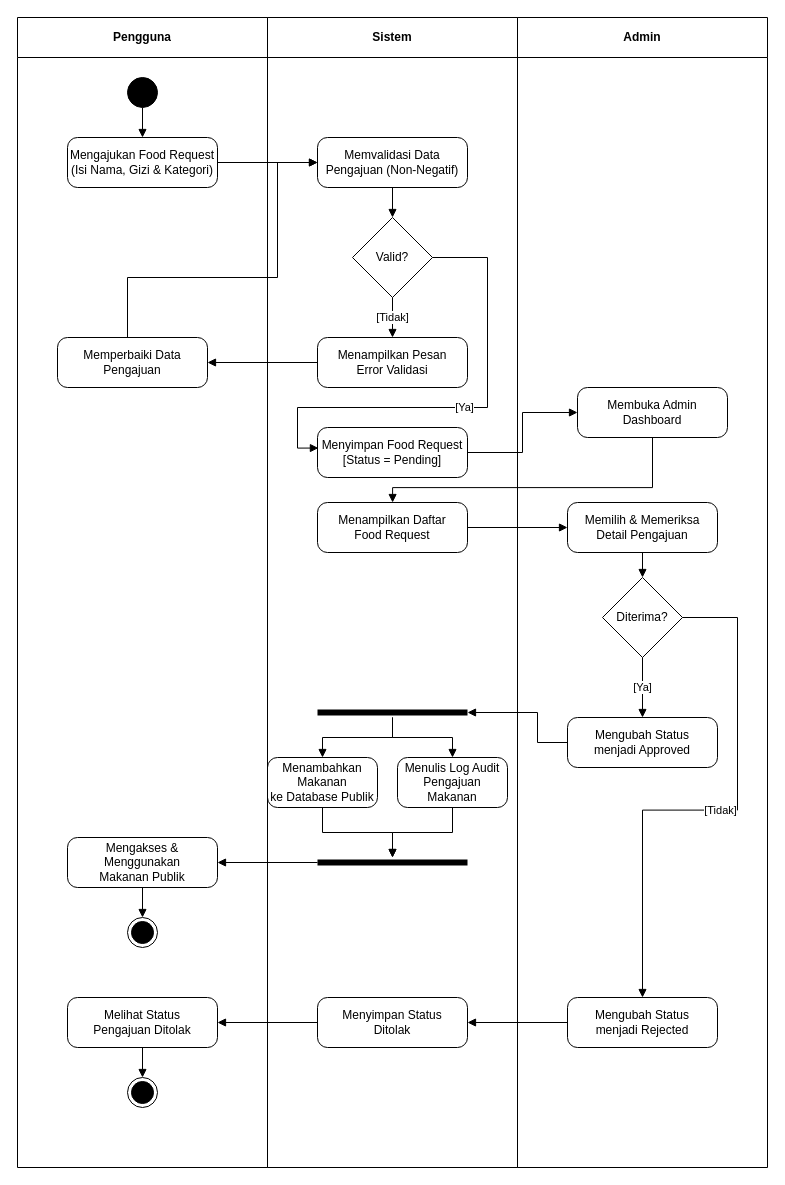
ananda6060galang-sys/calora keeps this draw.io diagram as page "Food Request & Admin Verification" (3 of 8) of Diagram/Calora_Activity_Diagrams.drawio. Above is the earlier version. Source tidied: cells renumbered, new cells numbered last; positions are measured from the earlier drawing's top-left corner, leaving out a move shared by most shapes. Both pictures are drawn from the tidied source at 100%, with x=0, y=0 at pixel (17, 17).
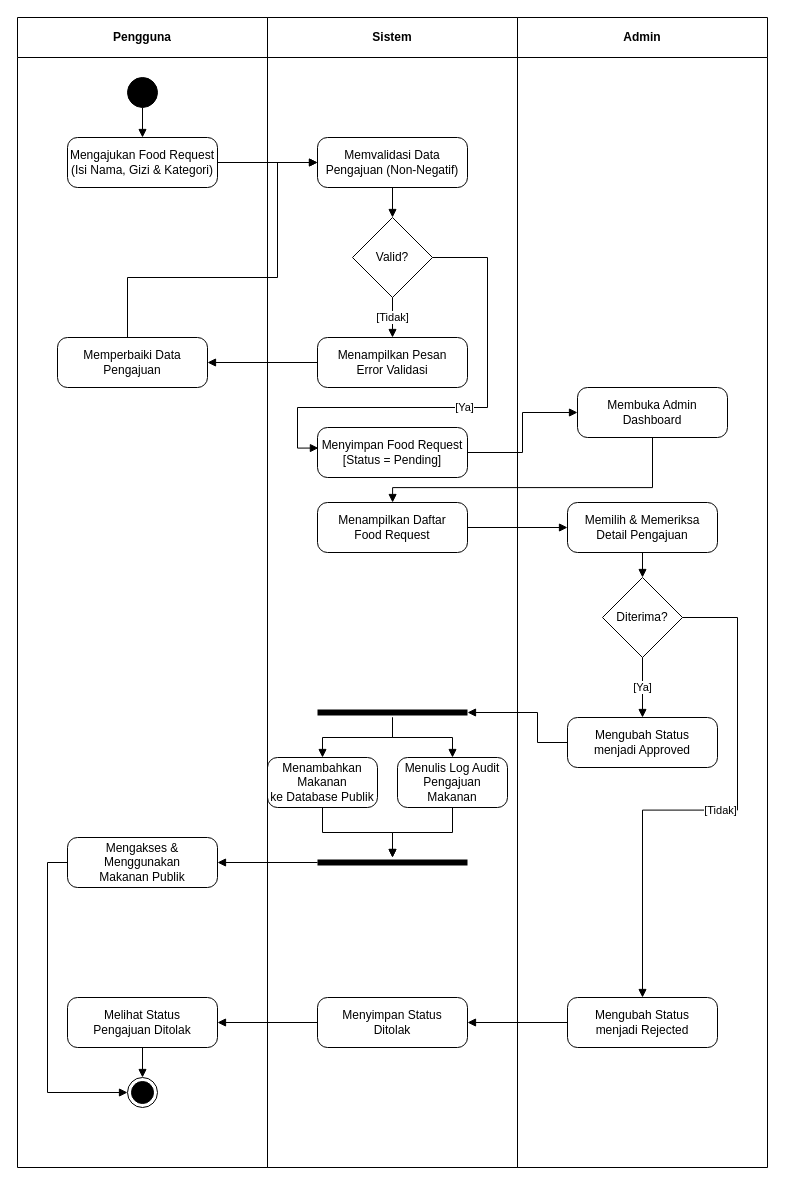
After the change.

Unchanged cells that the change refers to:
```xml
<mxCell id="3" value="Mengakses &amp; Menggunakan&#10;Makanan Publik" style="rounded=1;whiteSpace=wrap;html=1;arcSize=20;fillColor=none;strokeColor=#000000;align=center;verticalAlign=middle;" parent="2" vertex="1">
  <mxGeometry x="50" y="820" width="150" height="50" as="geometry" />
</mxCell>
<mxCell id="30" style="ellipse;html=1;shape=endState;fillColor=#000000;strokeColor=#000000;" parent="1" vertex="1">
  <mxGeometry x="110" y="1060" width="30" height="30" as="geometry" />
</mxCell>
```

Change to the diagram source:
```diff
@@
-    <mxCell id="26" style="ellipse;html=1;shape=endState;fillColor=#000000;strokeColor=#000000;" parent="1" vertex="1">
-      <mxGeometry x="110" y="900" width="30" height="30" as="geometry" />
-    </mxCell>
@@
-    <mxCell id="45" style="edgeStyle=orthogonalEdgeStyle;rounded=0;jettySize=auto;html=1;strokeColor=#000000;endArrow=block;endFill=1;labelBackgroundColor=#ffffff;" parent="1" edge="1" source="3" target="26">
-      <mxGeometry relative="1" as="geometry" />
+    <mxCell id="45" style="edgeStyle=orthogonalEdgeStyle;rounded=0;jettySize=auto;html=1;strokeColor=#000000;endArrow=block;endFill=1;labelBackgroundColor=#ffffff;entryX=0;entryY=0.5;entryDx=0;entryDy=0;" parent="1" edge="1" source="3" target="30">
+      <mxGeometry relative="1" as="geometry">
+        <Array as="points">
+          <mxPoint x="30" y="845" />
+          <mxPoint x="30" y="1075" />
+        </Array>
+      </mxGeometry>
     </mxCell>
```
